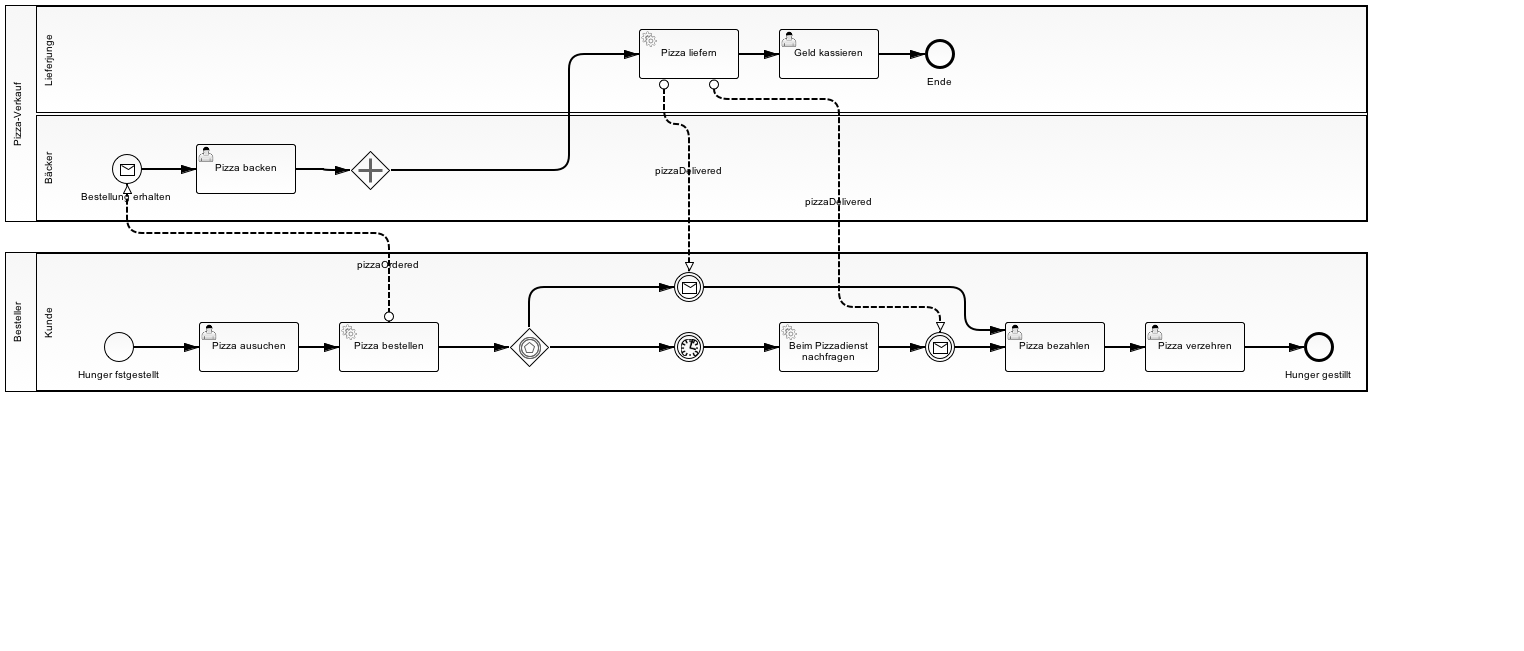
Earlier version of the BPMN export pizza-collaboration-extended/src/main/resources/PizzaCollaboraionExtended.png (gheddie/bpmn20_examples). Its source is kept beside it as pizza-collaboration-extended/src/main/resources/PizzaCollaboraionExtended.bpmn. Ids are renumbered.
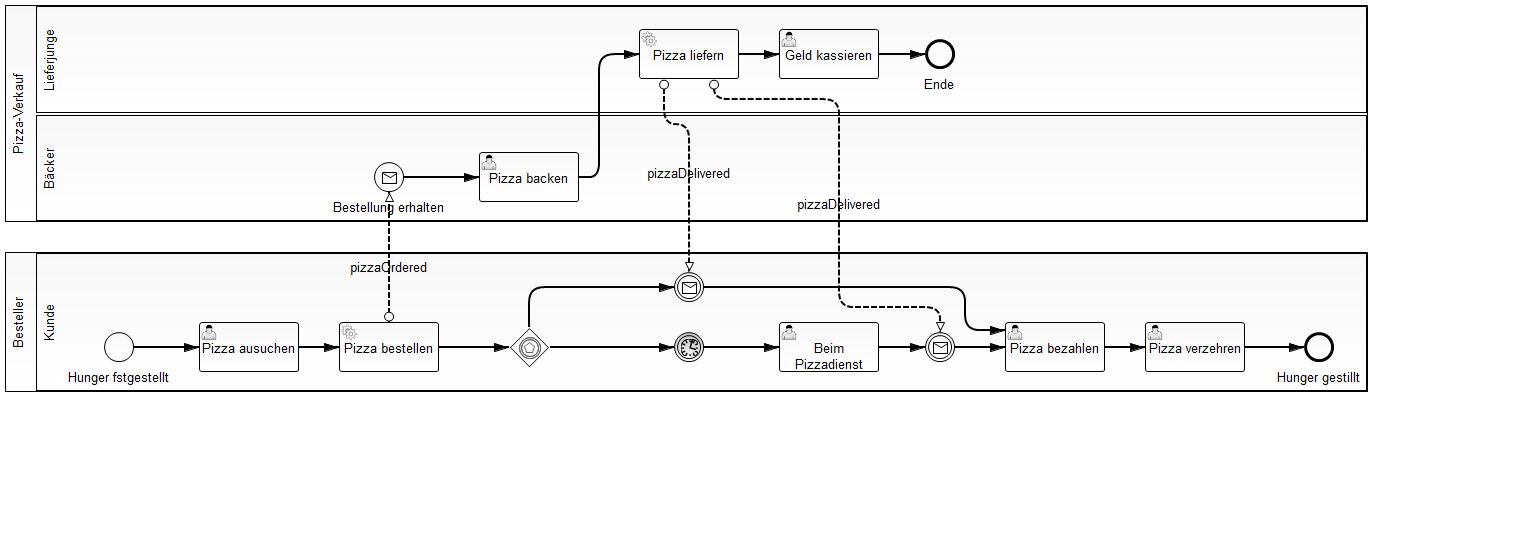
Above is the later version.

What changed in the source:
```diff
@@ -79,7 +79,7 @@
       <incoming>PO_p3572</incoming>
       <outgoing>PO_p3576</outgoing>
       <timerEventDefinition id="PO_p3573_TIM">
-        <timeDuration xsi:type="tFormalExpression">P0DT0H5M0S</timeDuration>
+        <timeDuration xsi:type="tFormalExpression">P0DT0H1M0S</timeDuration>
       </timerEventDefinition>
     </intermediateCatchEvent>
     <endEvent id="PO_p3586" name="Hunger gestillt">
```
